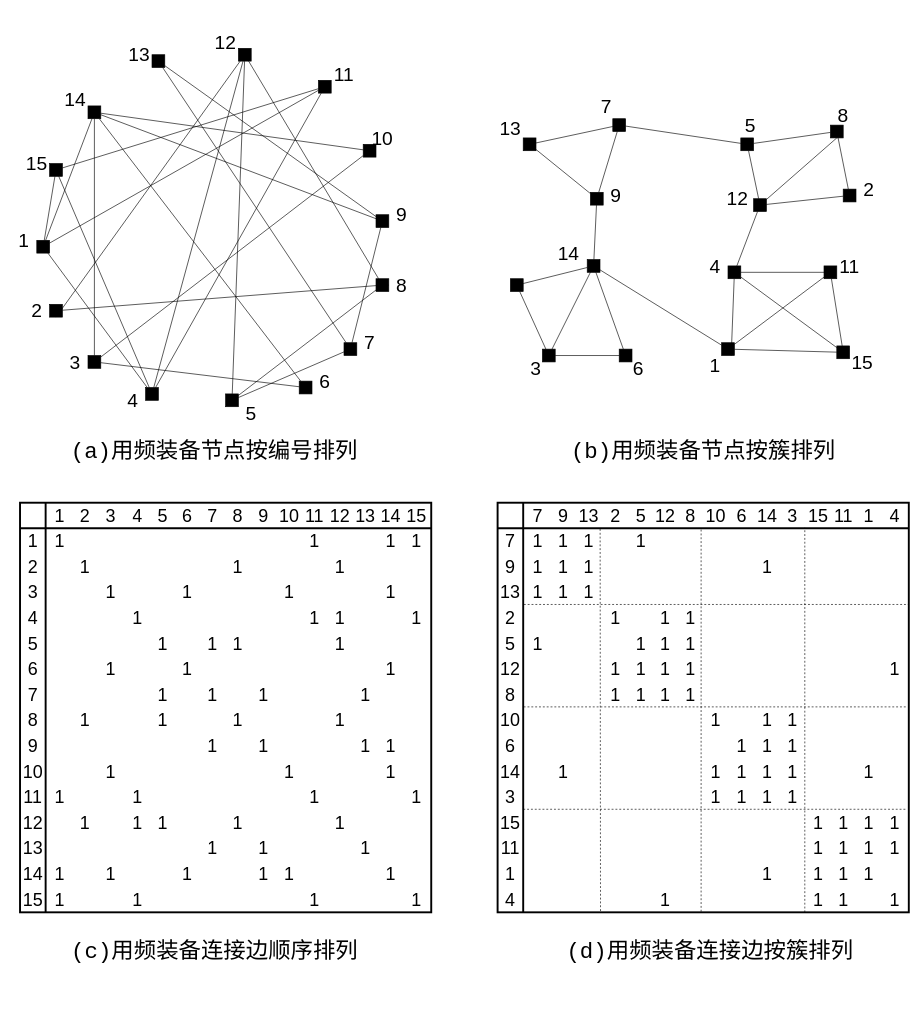
Before: Untitled Diagram.drawio in liuming14/-, a draw.io diagram. Source tidied: cells renumbered, new cells numbered last; positions are measured from the earlier drawing's top-left corner, leaving out a move shared by most shapes. Both pictures are drawn from the tidied source at 64%, with x=0, y=0 at pixel (11, 35).
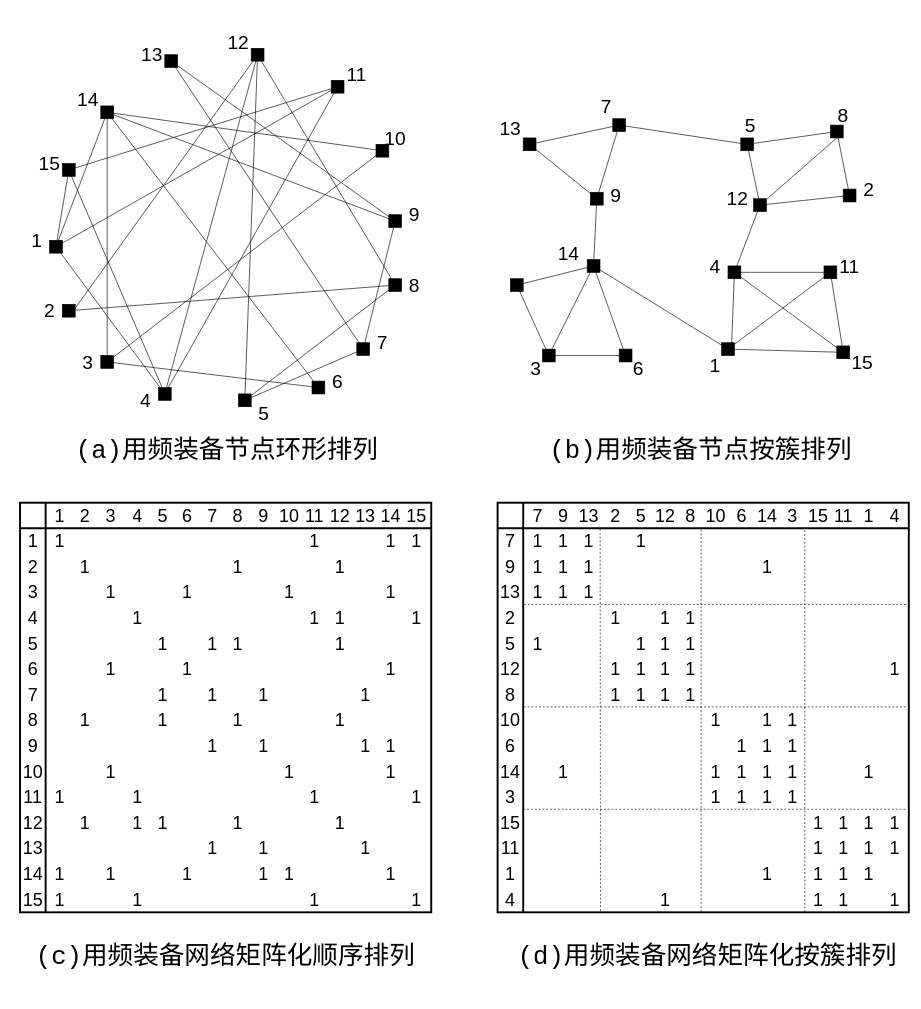
The same page after the edit.

Change to the diagram source:
```diff
@@
     <mxCell id="2" style="shape=ext;double=1;whiteSpace=wrap;html=1;fillColor=#000000;fontSize=5;" parent="1" vertex="1">
-      <mxGeometry x="60" y="200" width="20" height="20" as="geometry" />
+      <mxGeometry x="80" y="200" width="20" height="20" as="geometry" />
     </mxCell>
     <mxCell id="3" style="shape=ext;double=1;whiteSpace=wrap;html=1;fillColor=#000000;fontSize=5;" parent="1" vertex="1">
-      <mxGeometry x="40" y="320" width="20" height="20" as="geometry" />
+      <mxGeometry x="60" y="320" width="20" height="20" as="geometry" />
     </mxCell>
     <mxCell id="4" style="shape=ext;double=1;whiteSpace=wrap;html=1;fillColor=#000000;fontSize=5;" parent="1" vertex="1">
-      <mxGeometry x="220" y="30" width="20" height="20" as="geometry" />
+      <mxGeometry x="240" y="30" width="20" height="20" as="geometry" />
     </mxCell>
     <mxCell id="5" style="shape=ext;double=1;whiteSpace=wrap;html=1;fillColor=#000000;fontSize=5;" parent="1" vertex="1">
-      <mxGeometry x="120" y="110" width="20" height="20" as="geometry" />
+      <mxGeometry x="140" y="110" width="20" height="20" as="geometry" />
     </mxCell>
     <mxCell id="6" style="shape=ext;double=1;whiteSpace=wrap;html=1;fillColor=#000000;fontSize=5;" parent="1" vertex="1">
-      <mxGeometry x="550" y="170" width="20" height="20" as="geometry" />
+      <mxGeometry x="570" y="170" width="20" height="20" as="geometry" />
     </mxCell>
     <mxCell id="7" style="shape=ext;double=1;whiteSpace=wrap;html=1;fillColor=#000000;fontSize=5;" parent="1" vertex="1">
-      <mxGeometry x="570" y="280" width="20" height="20" as="geometry" />
+      <mxGeometry x="590" y="280" width="20" height="20" as="geometry" />
     </mxCell>
     <mxCell id="8" style="shape=ext;double=1;whiteSpace=wrap;html=1;fillColor=#000000;fontSize=5;" parent="1" vertex="1">
-      <mxGeometry x="335" y="560" width="20" height="20" as="geometry" />
+      <mxGeometry x="355" y="560" width="20" height="20" as="geometry" />
     </mxCell>
     <mxCell id="9" style="shape=ext;double=1;whiteSpace=wrap;html=1;fillColor=#000000;fontSize=5;" parent="1" vertex="1">
-      <mxGeometry x="120" y="500" width="20" height="20" as="geometry" />
+      <mxGeometry x="140" y="500" width="20" height="20" as="geometry" />
     </mxCell>
     <mxCell id="10" style="shape=ext;double=1;whiteSpace=wrap;html=1;fillColor=#000000;fontSize=5;" parent="1" vertex="1">
-      <mxGeometry x="480" y="70" width="20" height="20" as="geometry" />
+      <mxGeometry x="500" y="70" width="20" height="20" as="geometry" />
     </mxCell>
     <mxCell id="11" style="shape=ext;double=1;whiteSpace=wrap;html=1;fillColor=#000000;fontSize=5;" parent="1" vertex="1">
-      <mxGeometry x="355" y="20" width="20" height="20" as="geometry" />
+      <mxGeometry x="375" y="20" width="20" height="20" as="geometry" />
     </mxCell>
     <mxCell id="12" value="&lt;p style=&quot;font-size: 30px&quot;&gt;&lt;font style=&quot;font-size: 30px&quot;&gt;10&lt;/font&gt;&lt;/p&gt;" style="text;html=1;strokeColor=none;fillColor=none;align=center;verticalAlign=middle;whiteSpace=wrap;rounded=0;fontSize=5;" parent="1" vertex="1">
-      <mxGeometry x="560" y="150" width="40" height="20" as="geometry" />
+      <mxGeometry x="580" y="150" width="40" height="20" as="geometry" />
     </mxCell>
     <mxCell id="13" value="&lt;p style=&quot;font-size: 30px&quot;&gt;&lt;font style=&quot;font-size: 30px&quot;&gt;5&lt;/font&gt;&lt;/p&gt;" style="text;html=1;strokeColor=none;fillColor=none;align=center;verticalAlign=middle;whiteSpace=wrap;rounded=0;fontSize=5;" parent="1" vertex="1">
-      <mxGeometry x="355" y="580" width="40" height="20" as="geometry" />
+      <mxGeometry x="375" y="580" width="40" height="20" as="geometry" />
     </mxCell>
     <mxCell id="14" value="&lt;p style=&quot;font-size: 30px&quot;&gt;&lt;font style=&quot;font-size: 30px&quot;&gt;6&lt;/font&gt;&lt;/p&gt;" style="text;html=1;strokeColor=none;fillColor=none;align=center;verticalAlign=middle;whiteSpace=wrap;rounded=0;fontSize=5;" parent="1" vertex="1">
-      <mxGeometry x="470" y="530" width="40" height="20" as="geometry" />
+      <mxGeometry x="490" y="530" width="40" height="20" as="geometry" />
     </mxCell>
     <mxCell id="15" value="&lt;p style=&quot;font-size: 30px&quot;&gt;&lt;font style=&quot;font-size: 30px&quot;&gt;7&lt;/font&gt;&lt;/p&gt;" style="text;html=1;strokeColor=none;fillColor=none;align=center;verticalAlign=middle;whiteSpace=wrap;rounded=0;fontSize=5;" parent="1" vertex="1">
-      <mxGeometry x="540" y="470" width="40" height="20" as="geometry" />
+      <mxGeometry x="560" y="470" width="40" height="20" as="geometry" />
     </mxCell>
     <mxCell id="16" value="&lt;p style=&quot;font-size: 30px&quot;&gt;&lt;font style=&quot;font-size: 30px&quot;&gt;8&lt;/font&gt;&lt;/p&gt;" style="text;html=1;strokeColor=none;fillColor=none;align=center;verticalAlign=middle;whiteSpace=wrap;rounded=0;fontSize=5;" parent="1" vertex="1">
-      <mxGeometry x="590" y="380" width="40" height="20" as="geometry" />
+      <mxGeometry x="610" y="380" width="40" height="20" as="geometry" />
     </mxCell>
     <mxCell id="17" value="&lt;p style=&quot;font-size: 30px&quot;&gt;&lt;font style=&quot;font-size: 30px&quot;&gt;9&lt;/font&gt;&lt;/p&gt;" style="text;html=1;strokeColor=none;fillColor=none;align=center;verticalAlign=middle;whiteSpace=wrap;rounded=0;fontSize=5;" parent="1" vertex="1">
-      <mxGeometry x="590" y="270" width="40" height="20" as="geometry" />
+      <mxGeometry x="610" y="270" width="40" height="20" as="geometry" />
     </mxCell>
     <mxCell id="18" value="&lt;p style=&quot;font-size: 30px&quot;&gt;&lt;font style=&quot;font-size: 30px&quot;&gt;3&lt;/font&gt;&lt;/p&gt;" style="text;html=1;strokeColor=none;fillColor=none;align=center;verticalAlign=middle;whiteSpace=wrap;rounded=0;fontSize=5;" parent="1" vertex="1">
-      <mxGeometry x="80" y="500" width="40" height="20" as="geometry" />
+      <mxGeometry x="100" y="500" width="40" height="20" as="geometry" />
     </mxCell>
     <mxCell id="19" value="&lt;p style=&quot;font-size: 30px&quot;&gt;&lt;font style=&quot;font-size: 30px&quot;&gt;2&lt;/font&gt;&lt;/p&gt;" style="text;html=1;strokeColor=none;fillColor=none;align=center;verticalAlign=middle;whiteSpace=wrap;rounded=0;fontSize=5;" parent="1" vertex="1">
-      <mxGeometry x="20" y="420" width="40" height="20" as="geometry" />
+      <mxGeometry x="40" y="420" width="40" height="20" as="geometry" />
     </mxCell>
     <mxCell id="20" value="&lt;p style=&quot;font-size: 30px&quot;&gt;&lt;font style=&quot;font-size: 30px&quot;&gt;1&lt;/font&gt;&lt;/p&gt;" style="text;html=1;strokeColor=none;fillColor=none;align=center;verticalAlign=middle;whiteSpace=wrap;rounded=0;fontSize=5;" parent="1" vertex="1">
-      <mxGeometry y="310" width="40" height="20" as="geometry" />
+      <mxGeometry x="20" y="310" width="40" height="20" as="geometry" />
     </mxCell>
     <mxCell id="21" value="&lt;p style=&quot;font-size: 30px&quot;&gt;&lt;font style=&quot;font-size: 30px&quot;&gt;4&lt;/font&gt;&lt;/p&gt;" style="text;html=1;strokeColor=none;fillColor=none;align=center;verticalAlign=middle;whiteSpace=wrap;rounded=0;fontSize=5;" parent="1" vertex="1">
-      <mxGeometry x="170" y="560" width="40" height="20" as="geometry" />
+      <mxGeometry x="190" y="560" width="40" height="20" as="geometry" />
     </mxCell>
     <mxCell id="22" style="shape=ext;double=1;whiteSpace=wrap;html=1;fillColor=#000000;fontSize=5;" parent="1" vertex="1">
-      <mxGeometry x="210" y="550" width="20" height="20" as="geometry" />
+      <mxGeometry x="230" y="550" width="20" height="20" as="geometry" />
     </mxCell>
     <mxCell id="23" style="shape=ext;double=1;whiteSpace=wrap;html=1;fillColor=#000000;fontSize=5;" parent="1" vertex="1">
-      <mxGeometry x="60" y="420" width="20" height="20" as="geometry" />
+      <mxGeometry x="80" y="420" width="20" height="20" as="geometry" />
     </mxCell>
     <mxCell id="24" style="shape=ext;double=1;whiteSpace=wrap;html=1;fillColor=#000000;fontSize=5;" parent="1" vertex="1">
-      <mxGeometry x="520" y="480" width="20" height="20" as="geometry" />
+      <mxGeometry x="540" y="480" width="20" height="20" as="geometry" />
     </mxCell>
     <mxCell id="25" style="shape=ext;double=1;whiteSpace=wrap;html=1;fillColor=#000000;fontSize=5;" parent="1" vertex="1">
-      <mxGeometry x="450" y="540" width="20" height="20" as="geometry" />
+      <mxGeometry x="470" y="540" width="20" height="20" as="geometry" />
     </mxCell>
     <mxCell id="26" value="&lt;p style=&quot;font-size: 30px&quot;&gt;&lt;font style=&quot;font-size: 30px&quot;&gt;15&lt;/font&gt;&lt;/p&gt;" style="text;html=1;strokeColor=none;fillColor=none;align=center;verticalAlign=middle;whiteSpace=wrap;rounded=0;fontSize=5;" parent="1" vertex="1">
-      <mxGeometry x="20" y="190" width="40" height="20" as="geometry" />
+      <mxGeometry x="40" y="190" width="40" height="20" as="geometry" />
     </mxCell>
     <mxCell id="27" value="&lt;p style=&quot;font-size: 30px&quot;&gt;&lt;font style=&quot;font-size: 30px&quot;&gt;14&lt;/font&gt;&lt;/p&gt;" style="text;html=1;strokeColor=none;fillColor=none;align=center;verticalAlign=middle;whiteSpace=wrap;rounded=0;fontSize=5;" parent="1" vertex="1">
-      <mxGeometry x="80" y="90" width="40" height="20" as="geometry" />
+      <mxGeometry x="100" y="90" width="40" height="20" as="geometry" />
     </mxCell>
     <mxCell id="28" value="&lt;p style=&quot;font-size: 30px&quot;&gt;&lt;font style=&quot;font-size: 30px&quot;&gt;13&lt;/font&gt;&lt;/p&gt;" style="text;html=1;strokeColor=none;fillColor=none;align=center;verticalAlign=middle;whiteSpace=wrap;rounded=0;fontSize=5;" parent="1" vertex="1">
-      <mxGeometry x="180" y="20" width="40" height="20" as="geometry" />
+      <mxGeometry x="200" y="20" width="40" height="20" as="geometry" />
     </mxCell>
     <mxCell id="29" value="&lt;p style=&quot;font-size: 30px&quot;&gt;&lt;font style=&quot;font-size: 30px&quot;&gt;12&lt;/font&gt;&lt;/p&gt;" style="text;html=1;strokeColor=none;fillColor=none;align=center;verticalAlign=middle;whiteSpace=wrap;rounded=0;fontSize=5;" parent="1" vertex="1">
-      <mxGeometry x="315" width="40" height="20" as="geometry" />
+      <mxGeometry x="335" width="40" height="20" as="geometry" />
     </mxCell>
     <mxCell id="30" value="&lt;p style=&quot;font-size: 30px&quot;&gt;&lt;font style=&quot;font-size: 30px&quot;&gt;11&lt;/font&gt;&lt;/p&gt;" style="text;html=1;strokeColor=none;fillColor=none;align=center;verticalAlign=middle;whiteSpace=wrap;rounded=0;fontSize=5;" parent="1" vertex="1">
-      <mxGeometry x="500" y="50" width="40" height="20" as="geometry" />
+      <mxGeometry x="520" y="50" width="40" height="20" as="geometry" />
     </mxCell>
@@
     <mxCell id="34" style="endArrow=none;html=1;fontSize=5;" parent="1" edge="1" source="5">
       <mxGeometry relative="1" as="geometry">
-        <mxPoint x="580" y="290" as="targetPoint" />
+        <mxPoint x="600" y="290" as="targetPoint" />
       </mxGeometry>
     </mxCell>
@@
     <mxCell id="36" style="endArrow=none;html=1;fontSize=5;" parent="1" edge="1" source="48">
       <mxGeometry relative="1" as="geometry">
-        <mxPoint x="580" y="390" as="targetPoint" />
+        <mxPoint x="600" y="390" as="targetPoint" />
       </mxGeometry>
     </mxCell>
@@
     <mxCell id="48" style="shape=ext;double=1;whiteSpace=wrap;html=1;fillColor=#000000;fontSize=5;" parent="1" vertex="1">
-      <mxGeometry x="570" y="380" width="20" height="20" as="geometry" />
+      <mxGeometry x="590" y="380" width="20" height="20" as="geometry" />
     </mxCell>
@@
     <mxCell id="101" style="endArrow=none;html=1;fontSize=5;" parent="1" edge="1" source="4">
       <mxGeometry relative="1" as="geometry">
-        <mxPoint x="580" y="290" as="targetPoint" />
+        <mxPoint x="600" y="290" as="targetPoint" />
       </mxGeometry>
     </mxCell>
@@
     <mxCell id="105" style="endArrow=none;html=1;fontSize=5;" parent="1" edge="1" source="48">
       <mxGeometry relative="1" as="geometry">
-        <mxPoint x="365" y="30" as="targetPoint" />
+        <mxPoint x="385" y="30" as="targetPoint" />
       </mxGeometry>
     </mxCell>
@@
-    <mxCell id="124" value="&lt;pre style=&quot;font-size: 35px&quot;&gt;&lt;font style=&quot;font-size: 35px&quot;&gt;(b)用频装备节点按簇排列&lt;/font&gt;&lt;/pre&gt;" style="text;html=1;strokeColor=none;fillColor=none;align=center;verticalAlign=middle;whiteSpace=wrap;rounded=0;fontSize=12;" parent="1" vertex="1">
-      <mxGeometry x="963.8" y="640" width="235" height="20" as="geometry" />
+    <mxCell id="124" value="&lt;div style=&quot;font-size: 40px&quot; align=&quot;center&quot;&gt;&lt;pre&gt;&lt;font style=&quot;font-size: 40px&quot;&gt;(b)用频装备节点按簇排列&lt;/font&gt;&lt;/pre&gt;&lt;/div&gt;" style="text;html=1;strokeColor=none;fillColor=none;align=center;verticalAlign=middle;whiteSpace=wrap;rounded=0;fontSize=12;" parent="1" vertex="1">
+      <mxGeometry x="960" y="640" width="235" height="20" as="geometry" />
     </mxCell>
-    <mxCell id="125" value="&lt;pre style=&quot;font-size: 35px&quot;&gt;&lt;font style=&quot;font-size: 35px&quot;&gt;(a)用频装备节点按编号排列&lt;/font&gt;&lt;/pre&gt;" style="text;html=1;strokeColor=none;fillColor=none;align=center;verticalAlign=middle;whiteSpace=wrap;rounded=0;fontSize=12;" parent="1" vertex="1">
-      <mxGeometry x="200" y="640" width="235" height="20" as="geometry" />
+    <mxCell id="125" value="&lt;pre style=&quot;font-size: 40px&quot;&gt;&lt;font style=&quot;font-size: 40px&quot;&gt;(a)用频装备节点环形排列&lt;/font&gt;&lt;/pre&gt;" style="text;html=1;strokeColor=none;fillColor=none;align=center;verticalAlign=middle;whiteSpace=wrap;rounded=0;fontSize=12;" parent="1" vertex="1">
+      <mxGeometry x="220" y="640" width="235" height="20" as="geometry" />
     </mxCell>
@@
-    <mxCell id="712" value="&lt;pre style=&quot;font-size: 35px&quot;&gt;&lt;font style=&quot;font-size: 35px&quot;&gt;(d)用频装备连接边按簇排列&lt;/font&gt;&lt;/pre&gt;" style="text;whiteSpace=wrap;html=1;fontSize=28;fontFamily=Helvetica;fontColor=none;" parent="1" vertex="1">
-      <mxGeometry x="866.2" y="1370" width="430" height="120" as="geometry" />
+    <mxCell id="712" value="&lt;pre style=&quot;font-size: 40px&quot;&gt;&lt;font style=&quot;font-size: 40px&quot;&gt;(d)用频装备网络矩阵化按簇排列&lt;/font&gt;&lt;/pre&gt;" style="text;whiteSpace=wrap;html=1;fontSize=28;fontFamily=Helvetica;fontColor=none;" parent="1" vertex="1">
+      <mxGeometry x="790" y="1370" width="430" height="120" as="geometry" />
     </mxCell>
-    <mxCell id="713" value="&lt;pre style=&quot;font-size: 35px&quot;&gt;&lt;font style=&quot;font-size: 35px&quot;&gt;(c)用频装备连接边顺序排列&lt;/font&gt;&lt;/pre&gt;" style="text;whiteSpace=wrap;html=1;fontSize=28;fontFamily=Helvetica;fontColor=none;align=center;" parent="1" vertex="1">
-      <mxGeometry x="102.5" y="1370" width="430" height="120" as="geometry" />
+    <mxCell id="713" value="&lt;pre style=&quot;font-size: 40px&quot;&gt;&lt;font style=&quot;font-size: 40px&quot;&gt;(c)用频装备网络矩阵化顺序排列&lt;/font&gt;&lt;/pre&gt;" style="text;whiteSpace=wrap;html=1;fontSize=28;fontFamily=Helvetica;fontColor=none;align=center;" parent="1" vertex="1">
+      <mxGeometry x="120" y="1370" width="430" height="120" as="geometry" />
     </mxCell>
```
